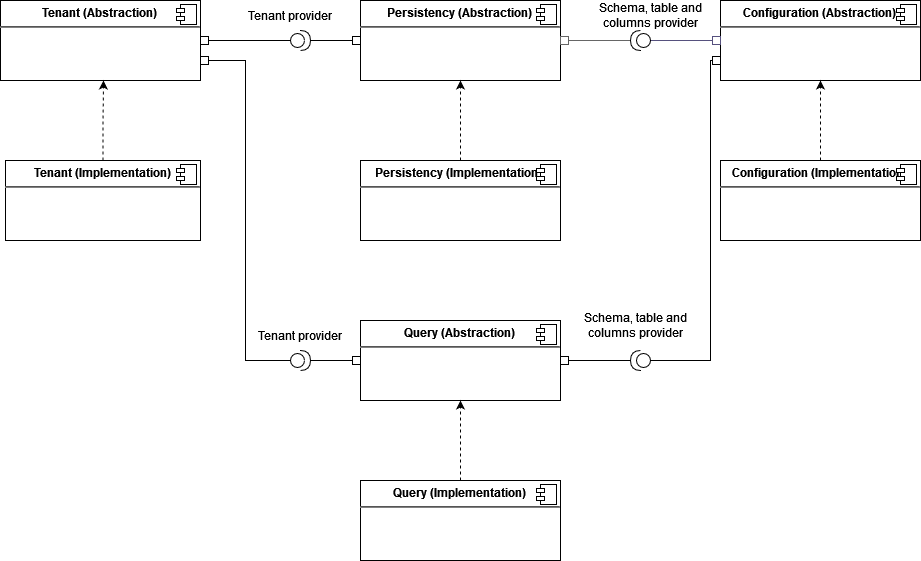
This is Uml/components.png from entityMT/entityMT, a draw.io export, as it was before one commit. Source tidied: cells renumbered, new cells last; positions are measured from the earlier drawing's top-left corner, leaving out a move shared by most shapes. Its diagram source:
```xml
<mxGraphModel>
  <root>
    <mxCell id="0" />
    <mxCell id="1" parent="0" />
    <mxCell id="2" value="&lt;p style=&quot;margin:0px;margin-top:6px;text-align:center;&quot;&gt;&lt;b&gt;Tenant (Abstraction)&lt;br&gt;&lt;/b&gt;&lt;/p&gt;&lt;hr&gt;&lt;p style=&quot;margin:0px;margin-left:8px;&quot;&gt;&lt;br&gt;&lt;/p&gt;" style="align=left;overflow=fill;html=1;" parent="1" vertex="1">
      <mxGeometry width="200" height="80" as="geometry" />
    </mxCell>
    <mxCell id="3" style="shape=component;jettyWidth=8;jettyHeight=4;" parent="2" vertex="1">
      <mxGeometry x="1" width="20" height="20" relative="1" as="geometry">
        <mxPoint x="-24" y="4" as="offset" />
      </mxGeometry>
    </mxCell>
    <mxCell id="4" style="edgeStyle=orthogonalEdgeStyle;rounded=0;jettySize=auto;html=1;exitX=0.5;exitY=0;exitDx=0;exitDy=0;endArrow=classic;endFill=1;dashed=1;" parent="1" edge="1" source="5">
      <mxGeometry relative="1" as="geometry">
        <mxPoint x="103" y="80" as="targetPoint" />
        <Array as="points">
          <mxPoint x="103" y="120" />
          <mxPoint x="103" y="80" />
        </Array>
      </mxGeometry>
    </mxCell>
    <mxCell id="5" value="&lt;p style=&quot;margin:0px;margin-top:6px;text-align:center;&quot;&gt;&lt;b&gt;Tenant (Implementation)&lt;br&gt;&lt;/b&gt;&lt;/p&gt;&lt;hr&gt;&lt;p style=&quot;margin:0px;margin-left:8px;&quot;&gt;&lt;br&gt;&lt;/p&gt;" style="align=left;overflow=fill;html=1;noLabel=0;sketch=0;shadow=0;glass=0;rounded=0;" parent="1" vertex="1">
      <mxGeometry x="5" y="160" width="195" height="80" as="geometry" />
    </mxCell>
    <mxCell id="6" style="shape=component;jettyWidth=8;jettyHeight=4;" parent="5" vertex="1">
      <mxGeometry x="1" width="20" height="20" relative="1" as="geometry">
        <mxPoint x="-24" y="4" as="offset" />
      </mxGeometry>
    </mxCell>
    <mxCell id="7" style="edgeStyle=orthogonalEdgeStyle;rounded=0;jettySize=auto;html=1;endArrow=box;endFill=0;entryX=1;entryY=0.5;entryDx=0;entryDy=0;exitX=0;exitY=0.5;exitDx=0;exitDy=0;exitPerimeter=0;" parent="1" edge="1" source="24" target="2">
      <mxGeometry relative="1" as="geometry">
        <Array as="points">
          <mxPoint x="260" y="40" />
          <mxPoint x="260" y="40" />
        </Array>
      </mxGeometry>
    </mxCell>
    <mxCell id="8" value="&lt;p style=&quot;margin:0px;margin-top:6px;text-align:center;&quot;&gt;&lt;b&gt;Persistency (Abstraction)&lt;br&gt;&lt;/b&gt;&lt;/p&gt;&lt;hr&gt;&lt;p style=&quot;margin:0px;margin-left:8px;&quot;&gt;&lt;br&gt;&lt;/p&gt;" style="align=left;overflow=fill;html=1;" parent="1" vertex="1">
      <mxGeometry x="360" width="200" height="80" as="geometry" />
    </mxCell>
    <mxCell id="9" style="shape=component;jettyWidth=8;jettyHeight=4;" parent="8" vertex="1">
      <mxGeometry x="1" width="20" height="20" relative="1" as="geometry">
        <mxPoint x="-24" y="4" as="offset" />
      </mxGeometry>
    </mxCell>
    <mxCell id="10" style="edgeStyle=orthogonalEdgeStyle;rounded=0;jettySize=auto;html=1;exitX=0.5;exitY=0;exitDx=0;exitDy=0;entryX=0.5;entryY=1;entryDx=0;entryDy=0;dashed=1;endArrow=classic;endFill=1;" parent="1" edge="1" source="11" target="8">
      <mxGeometry relative="1" as="geometry" />
    </mxCell>
    <mxCell id="11" value="&lt;p style=&quot;margin:0px;margin-top:6px;text-align:center;&quot;&gt;&lt;b&gt;Persistency (Implementation )&lt;br&gt;&lt;/b&gt;&lt;/p&gt;&lt;hr&gt;&lt;p style=&quot;margin:0px;margin-left:8px;&quot;&gt;&lt;br&gt;&lt;/p&gt;" style="align=left;overflow=fill;html=1;" parent="1" vertex="1">
      <mxGeometry x="360" y="160" width="200" height="80" as="geometry" />
    </mxCell>
    <mxCell id="12" style="shape=component;jettyWidth=8;jettyHeight=4;" parent="11" vertex="1">
      <mxGeometry x="1" width="20" height="20" relative="1" as="geometry">
        <mxPoint x="-24" y="4" as="offset" />
      </mxGeometry>
    </mxCell>
    <mxCell id="13" value="&lt;p style=&quot;margin:0px;margin-top:6px;text-align:center;&quot;&gt;&lt;b&gt;Configuration (Abstraction)&lt;br&gt;&lt;/b&gt;&lt;/p&gt;&lt;hr&gt;&lt;p style=&quot;margin:0px;margin-left:8px;&quot;&gt;&lt;br&gt;&lt;/p&gt;" style="align=left;overflow=fill;html=1;" parent="1" vertex="1">
      <mxGeometry x="720" width="200" height="80" as="geometry" />
    </mxCell>
    <mxCell id="14" style="shape=component;jettyWidth=8;jettyHeight=4;" parent="13" vertex="1">
      <mxGeometry x="1" width="20" height="20" relative="1" as="geometry">
        <mxPoint x="-24" y="4" as="offset" />
      </mxGeometry>
    </mxCell>
    <mxCell id="15" style="edgeStyle=orthogonalEdgeStyle;rounded=0;jettySize=auto;html=1;exitX=0.5;exitY=0;exitDx=0;exitDy=0;dashed=1;endArrow=classic;endFill=1;" parent="1" edge="1" source="16">
      <mxGeometry relative="1" as="geometry">
        <mxPoint x="820" y="80" as="targetPoint" />
        <Array as="points">
          <mxPoint x="820" y="80" />
        </Array>
      </mxGeometry>
    </mxCell>
    <mxCell id="16" value="&lt;p style=&quot;margin:0px;margin-top:6px;text-align:center;&quot;&gt;&lt;b&gt;Configuration (Implementation)&lt;br&gt;&lt;/b&gt;&lt;/p&gt;&lt;hr&gt;&lt;p style=&quot;margin:0px;margin-left:8px;&quot;&gt;&lt;br&gt;&lt;/p&gt;" style="align=left;overflow=fill;html=1;" parent="1" vertex="1">
      <mxGeometry x="720" y="160" width="200" height="80" as="geometry" />
    </mxCell>
    <mxCell id="17" style="shape=component;jettyWidth=8;jettyHeight=4;" parent="16" vertex="1">
      <mxGeometry x="1" width="20" height="20" relative="1" as="geometry">
        <mxPoint x="-24" y="4" as="offset" />
      </mxGeometry>
    </mxCell>
    <mxCell id="18" value="&lt;p style=&quot;margin:0px;margin-top:6px;text-align:center;&quot;&gt;&lt;b&gt;Query (Abstraction)&lt;br&gt;&lt;/b&gt;&lt;/p&gt;&lt;hr&gt;&lt;p style=&quot;margin:0px;margin-left:8px;&quot;&gt;&lt;br&gt;&lt;/p&gt;" style="align=left;overflow=fill;html=1;" parent="1" vertex="1">
      <mxGeometry x="360" y="320" width="200" height="80" as="geometry" />
    </mxCell>
    <mxCell id="19" style="shape=component;jettyWidth=8;jettyHeight=4;" parent="18" vertex="1">
      <mxGeometry x="1" width="20" height="20" relative="1" as="geometry">
        <mxPoint x="-24" y="4" as="offset" />
      </mxGeometry>
    </mxCell>
    <mxCell id="20" style="edgeStyle=orthogonalEdgeStyle;rounded=0;jettySize=auto;html=1;exitX=0.5;exitY=0;exitDx=0;exitDy=0;entryX=0.5;entryY=1;entryDx=0;entryDy=0;dashed=1;endArrow=classic;endFill=1;" parent="1" edge="1" source="21" target="18">
      <mxGeometry relative="1" as="geometry" />
    </mxCell>
    <mxCell id="21" value="&lt;p style=&quot;margin:0px;margin-top:6px;text-align:center;&quot;&gt;&lt;b&gt;Query (Implementation)&lt;br&gt;&lt;/b&gt;&lt;/p&gt;&lt;hr&gt;&lt;p style=&quot;margin:0px;margin-left:8px;&quot;&gt;&lt;br&gt;&lt;/p&gt;" style="align=left;overflow=fill;html=1;" parent="1" vertex="1">
      <mxGeometry x="360" y="480" width="200" height="80" as="geometry" />
    </mxCell>
    <mxCell id="22" style="shape=component;jettyWidth=8;jettyHeight=4;" parent="21" vertex="1">
      <mxGeometry x="1" width="20" height="20" relative="1" as="geometry">
        <mxPoint x="-24" y="4" as="offset" />
      </mxGeometry>
    </mxCell>
    <mxCell id="23" style="edgeStyle=orthogonalEdgeStyle;rounded=0;jettySize=auto;html=1;exitX=1;exitY=0.5;exitDx=0;exitDy=0;exitPerimeter=0;endArrow=box;endFill=0;entryX=0;entryY=0.5;entryDx=0;entryDy=0;" parent="1" edge="1" source="24" target="8">
      <mxGeometry relative="1" as="geometry" />
    </mxCell>
    <mxCell id="24" style="shape=providedRequiredInterface;html=1;verticalLabelPosition=bottom;sketch=0;rounded=0;shadow=0;glass=0;" parent="1" vertex="1">
      <mxGeometry x="290" y="30" width="20" height="20" as="geometry" />
    </mxCell>
    <mxCell id="25" value="Tenant provider" style="text;html=1;strokeColor=none;fillColor=none;align=center;verticalAlign=middle;whiteSpace=wrap;rounded=0;shadow=0;glass=0;sketch=0;" parent="1" vertex="1">
      <mxGeometry x="240" width="100" height="30" as="geometry" />
    </mxCell>
    <mxCell id="26" style="edgeStyle=orthogonalEdgeStyle;rounded=0;jettySize=auto;html=1;exitX=0;exitY=0.5;exitDx=0;exitDy=0;exitPerimeter=0;entryX=0;entryY=0.5;entryDx=0;entryDy=0;endArrow=box;endFill=0;fillColor=#d0cee2;strokeColor=#56517e;" parent="1" edge="1" source="28" target="13">
      <mxGeometry relative="1" as="geometry">
        <Array as="points">
          <mxPoint x="650" y="40" />
        </Array>
      </mxGeometry>
    </mxCell>
    <mxCell id="27" style="edgeStyle=orthogonalEdgeStyle;rounded=0;jettySize=auto;html=1;entryX=1;entryY=0.5;entryDx=0;entryDy=0;endArrow=box;endFill=0;fillColor=#f5f5f5;strokeColor=#666666;" parent="1" edge="1" target="8">
      <mxGeometry relative="1" as="geometry">
        <mxPoint x="630" y="40" as="sourcePoint" />
        <Array as="points">
          <mxPoint x="610" y="40" />
          <mxPoint x="610" y="40" />
        </Array>
      </mxGeometry>
    </mxCell>
    <mxCell id="28" style="shape=providedRequiredInterface;html=1;verticalLabelPosition=bottom;sketch=0;rounded=0;shadow=0;glass=0;rotation=-180;" parent="1" vertex="1">
      <mxGeometry x="630" y="30" width="20" height="20" as="geometry" />
    </mxCell>
    <mxCell id="29" value="Schema, table and columns provider" style="text;html=1;strokeColor=none;fillColor=none;align=center;verticalAlign=middle;whiteSpace=wrap;rounded=0;shadow=0;glass=0;sketch=0;" parent="1" vertex="1">
      <mxGeometry x="585" width="130" height="30" as="geometry" />
    </mxCell>
    <mxCell id="30" style="edgeStyle=orthogonalEdgeStyle;rounded=0;jettySize=auto;html=1;exitX=1;exitY=0.5;exitDx=0;exitDy=0;exitPerimeter=0;entryX=1;entryY=0.5;entryDx=0;entryDy=0;endArrow=box;endFill=0;" parent="1" edge="1" source="32" target="18">
      <mxGeometry relative="1" as="geometry">
        <Array as="points">
          <mxPoint x="630" y="360" />
        </Array>
      </mxGeometry>
    </mxCell>
    <mxCell id="31" style="edgeStyle=orthogonalEdgeStyle;rounded=0;jettySize=auto;html=1;exitX=0;exitY=0.5;exitDx=0;exitDy=0;exitPerimeter=0;entryX=0;entryY=0.75;entryDx=0;entryDy=0;endArrow=box;endFill=0;" parent="1" edge="1" source="32" target="13">
      <mxGeometry relative="1" as="geometry">
        <Array as="points">
          <mxPoint x="710" y="360" />
          <mxPoint x="710" y="60" />
        </Array>
      </mxGeometry>
    </mxCell>
    <mxCell id="32" style="shape=providedRequiredInterface;html=1;verticalLabelPosition=bottom;sketch=0;rounded=0;shadow=0;glass=0;rotation=-180;" parent="1" vertex="1">
      <mxGeometry x="630" y="350" width="20" height="20" as="geometry" />
    </mxCell>
    <mxCell id="33" value="Schema, table and columns provider" style="text;html=1;strokeColor=none;fillColor=none;align=center;verticalAlign=middle;whiteSpace=wrap;rounded=0;shadow=0;glass=0;sketch=0;" parent="1" vertex="1">
      <mxGeometry x="570" y="310" width="130" height="30" as="geometry" />
    </mxCell>
    <mxCell id="34" style="edgeStyle=orthogonalEdgeStyle;rounded=0;jettySize=auto;html=1;exitX=1;exitY=0.5;exitDx=0;exitDy=0;exitPerimeter=0;entryX=0;entryY=0.5;entryDx=0;entryDy=0;endArrow=box;endFill=0;" parent="1" edge="1" source="36" target="18">
      <mxGeometry relative="1" as="geometry" />
    </mxCell>
    <mxCell id="35" style="edgeStyle=orthogonalEdgeStyle;rounded=0;jettySize=auto;html=1;exitX=0;exitY=0.5;exitDx=0;exitDy=0;exitPerimeter=0;entryX=1;entryY=0.75;entryDx=0;entryDy=0;endArrow=box;endFill=0;" parent="1" edge="1" source="36" target="2">
      <mxGeometry relative="1" as="geometry" />
    </mxCell>
    <mxCell id="36" style="shape=providedRequiredInterface;html=1;verticalLabelPosition=bottom;sketch=0;rounded=0;shadow=0;glass=0;" parent="1" vertex="1">
      <mxGeometry x="290" y="350" width="20" height="20" as="geometry" />
    </mxCell>
    <mxCell id="37" value="Tenant provider" style="text;html=1;strokeColor=none;fillColor=none;align=center;verticalAlign=middle;whiteSpace=wrap;rounded=0;shadow=0;glass=0;sketch=0;" parent="1" vertex="1">
      <mxGeometry x="250" y="320" width="100" height="30" as="geometry" />
    </mxCell>
  </root>
</mxGraphModel>
```
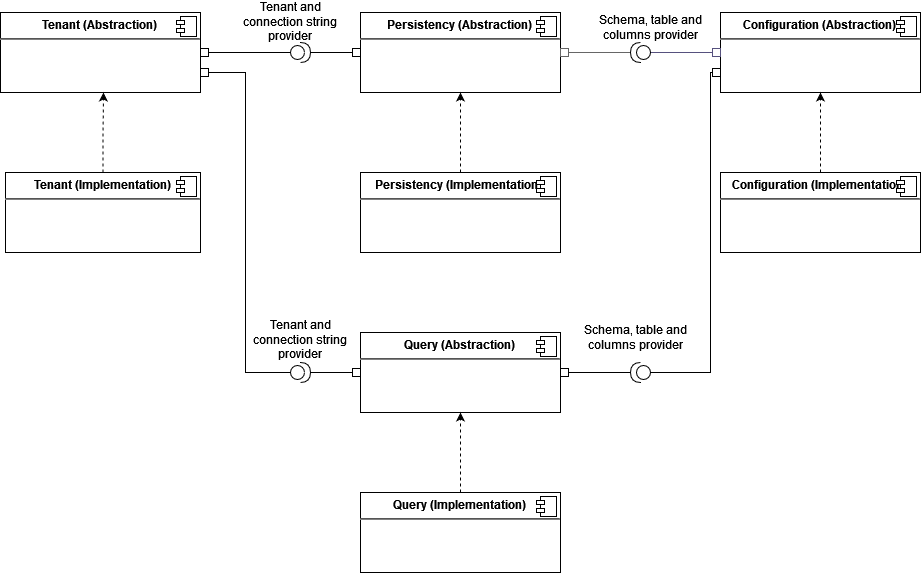
After the change.

Commit message:
refresh components diagram

Change to the diagram source:
```diff
@@ -103,8 +103,8 @@
     <mxCell id="24" style="shape=providedRequiredInterface;html=1;verticalLabelPosition=bottom;sketch=0;rounded=0;shadow=0;glass=0;" parent="1" vertex="1">
       <mxGeometry x="290" y="30" width="20" height="20" as="geometry" />
     </mxCell>
-    <mxCell id="25" value="Tenant provider" style="text;html=1;strokeColor=none;fillColor=none;align=center;verticalAlign=middle;whiteSpace=wrap;rounded=0;shadow=0;glass=0;sketch=0;" parent="1" vertex="1">
-      <mxGeometry x="240" width="100" height="30" as="geometry" />
+    <mxCell id="25" value="Tenant and connection string provider" style="text;html=1;strokeColor=none;fillColor=none;align=center;verticalAlign=middle;whiteSpace=wrap;rounded=0;shadow=0;glass=0;sketch=0;" parent="1" vertex="1">
+      <mxGeometry x="240" y="-6" width="100" height="30" as="geometry" />
     </mxCell>
     <mxCell id="26" style="edgeStyle=orthogonalEdgeStyle;rounded=0;jettySize=auto;html=1;exitX=0;exitY=0.5;exitDx=0;exitDy=0;exitPerimeter=0;entryX=0;entryY=0.5;entryDx=0;entryDy=0;endArrow=box;endFill=0;fillColor=#d0cee2;strokeColor=#56517e;" parent="1" edge="1" source="28" target="13">
       <mxGeometry relative="1" as="geometry">
@@ -158,8 +158,8 @@
     <mxCell id="36" style="shape=providedRequiredInterface;html=1;verticalLabelPosition=bottom;sketch=0;rounded=0;shadow=0;glass=0;" parent="1" vertex="1">
       <mxGeometry x="290" y="350" width="20" height="20" as="geometry" />
     </mxCell>
-    <mxCell id="37" value="Tenant provider" style="text;html=1;strokeColor=none;fillColor=none;align=center;verticalAlign=middle;whiteSpace=wrap;rounded=0;shadow=0;glass=0;sketch=0;" parent="1" vertex="1">
-      <mxGeometry x="250" y="320" width="100" height="30" as="geometry" />
+    <mxCell id="37" value="Tenant and connection string provider" style="text;html=1;strokeColor=none;fillColor=none;align=center;verticalAlign=middle;whiteSpace=wrap;rounded=0;shadow=0;glass=0;sketch=0;" parent="1" vertex="1">
+      <mxGeometry x="250" y="312" width="100" height="30" as="geometry" />
     </mxCell>
   </root>
 </mxGraphModel>
```
